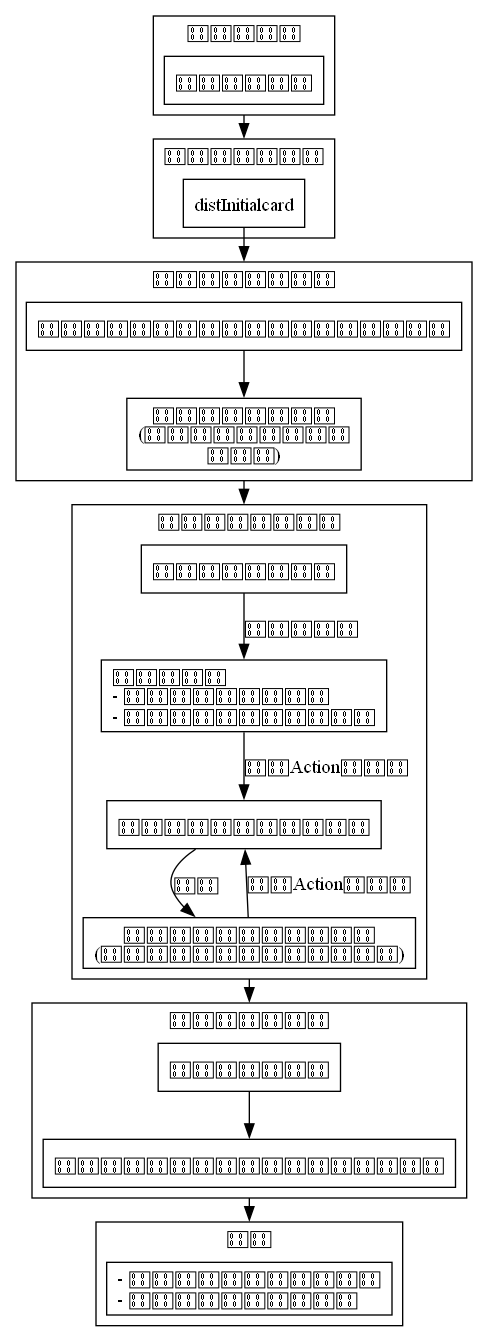
The Graphviz diagram cards/relation.png in hogehuga/incidentReportingGame, before a commit. Its source is kept beside it as cards/relation.dot. The source it was exported from:
```dot
digraph relation {
    graph [compound=true];
    node [shape=box];
    subgraph cluster00{
        label="チーム編成";
        createTeam [label="参加者で決定"];
    }
    subgraph cluster01 {
        label="初期カード配布";
        distInitialcard;
    }
    subgraph cluster02 {
        label="カードで状況決定";
        distIncidentcard [label="チームごとに、インシデントカード配布"];
        distSituationcard [label="状況カードの取得\n(コスト払って引く？\n必須？)"];
    }
    subgraph cluster03 {
        label="インシデント対応";
        response [label="対応の検討と実施"];
        responseOrganized [label="状況の整理\l- コスト、環境の整理\l- 必要なアクションの整理\l"];
        responseBuy [label="アクションカードの購入"];
        responseFin [label="対応が完全に完了したか\n(コストさえ払えば完遂できる)"];
        response -> responseOrganized [label="状況の把握"];
        responseOrganized -> responseBuy [label="不足Actionの購入"];
        responseBuy -> responseFin [label="判定"];
        responseFin -> responseBuy [label="不足Actionの購入"];
    }
    subgraph cluster04 {
        label="レポートの作成";
        report [label="レポートの作成"];
        reportTemplateOrganize [label="テンプレートを用い、項目をまとめる"]
        report -> reportTemplateOrganize;
    }
    subgraph cluster05 {
        label="評価";
        eva [label="- コスト、難易度？で評価\l- レポートの質も評価？\l"];
    }
    createTeam -> distInitialcard [ltail=cluster00,lhead=cluster01];
    distInitialcard -> distIncidentcard [latail=cluster01,lhead=cluster02];
    distIncidentcard -> distSituationcard;
    distSituationcard -> response [ltail=cluster02, lhead=cluster03];
    responseFin -> report [ltail=cluster03,lhead=cluster04];
    reportTemplateOrganize -> eva[ltail=cluster04,lhead=cluster05];
}
```
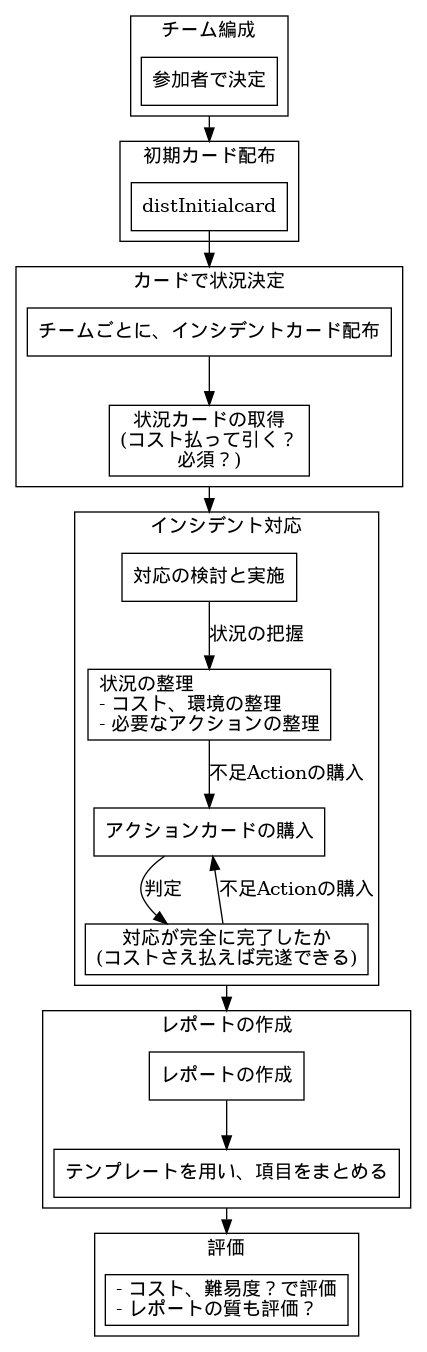
Above is the later version.

Change to the diagram source:
```diff
@@ -1,5 +1,5 @@
 digraph relation {
-    graph [compound=true];
+    graph [fontname="MS UI Gothic", compound=true];
     node [shape=box];
     subgraph cluster00{
         label="チーム編成";
```
